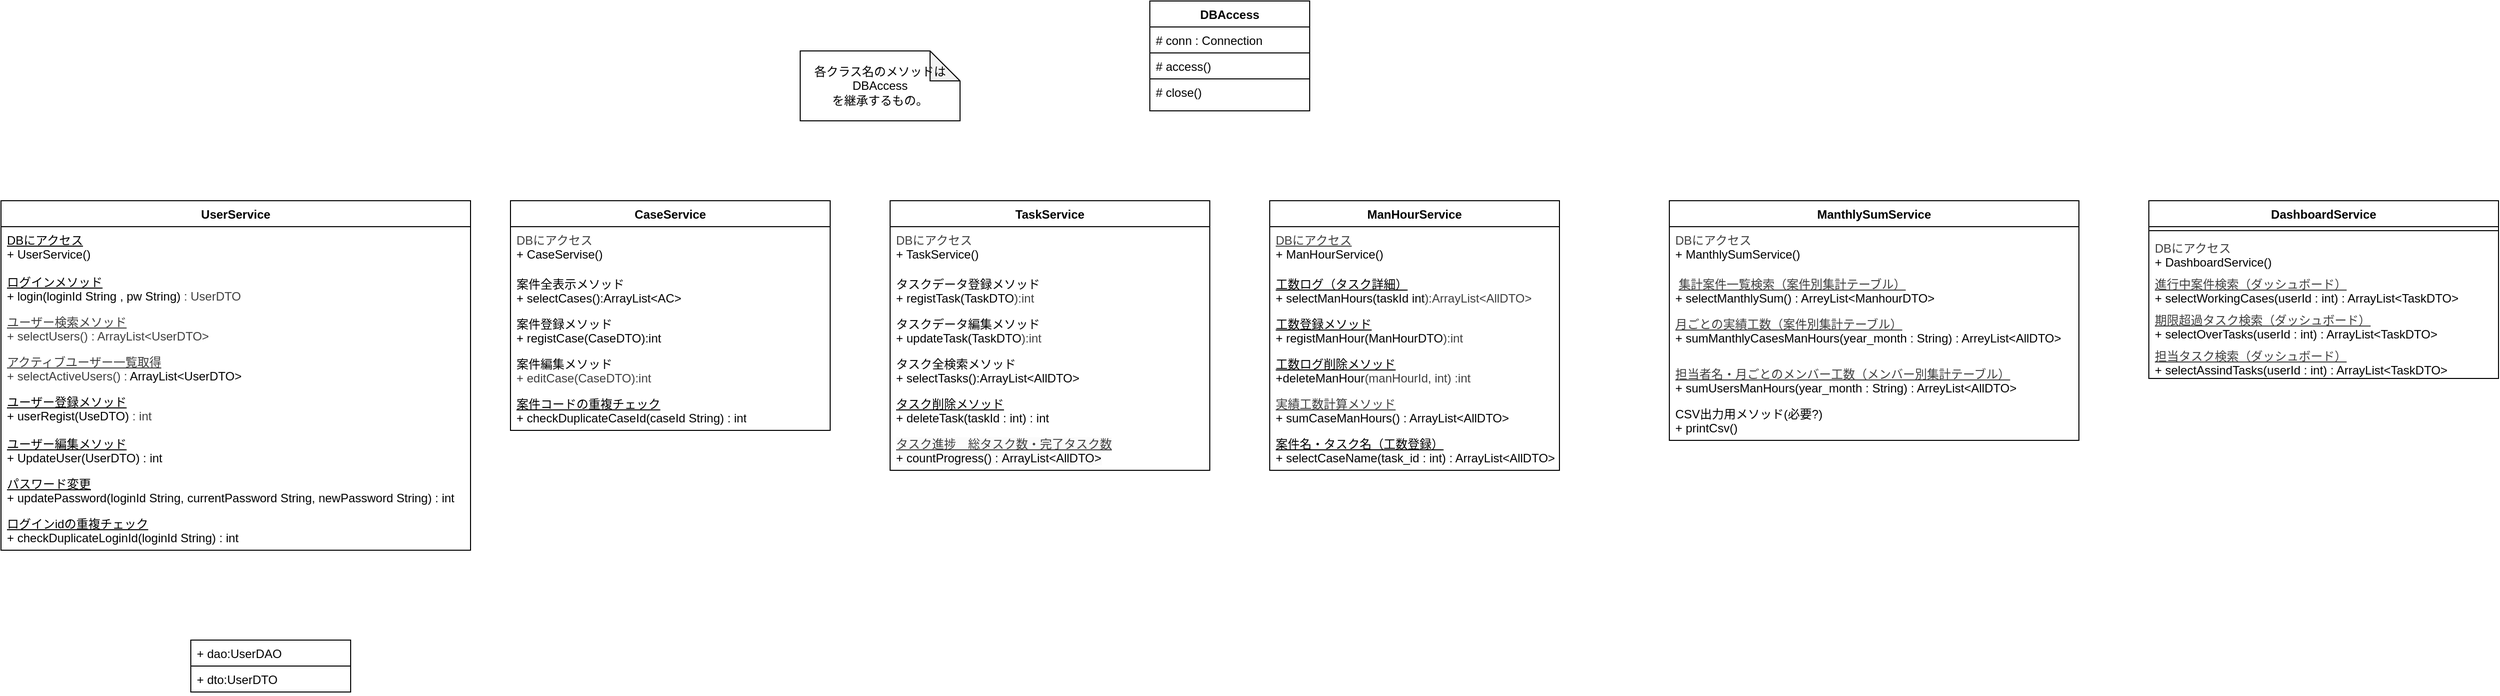
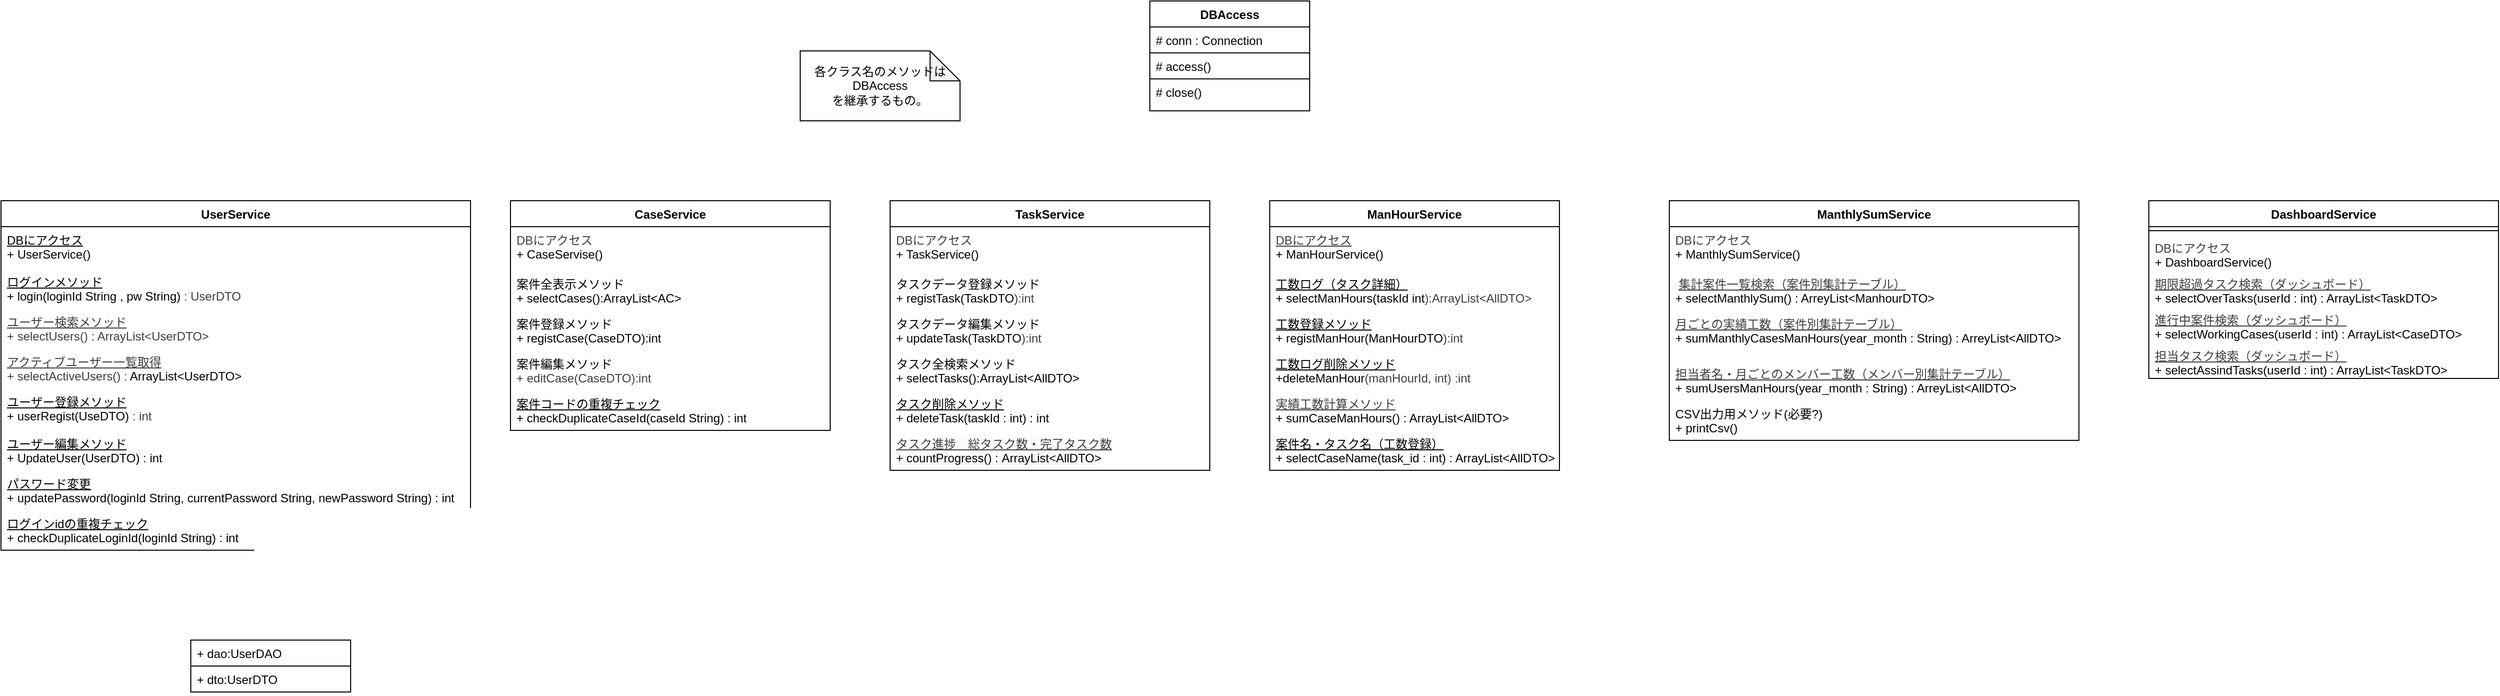
<mxfile host="65bd71144e">
    <diagram id="vtqDsGyhjbo1Ara4jLw-" name="クラス図　Service">
-         <mxGraphModel dx="1569" dy="1657" grid="1" gridSize="10" guides="1" tooltips="1" connect="1" arrows="1" fold="1" page="1" pageScale="1" pageWidth="827" pageHeight="1169" math="0" shadow="0">
+         <mxGraphModel dx="1273" dy="1581" grid="1" gridSize="10" guides="1" tooltips="1" connect="1" arrows="1" fold="1" page="1" pageScale="1" pageWidth="827" pageHeight="1169" math="0" shadow="0">
            <root>
                <mxCell id="0"/>
                <mxCell id="1" parent="0"/>
                <mxCell id="sEulbgWXGhEAaZwcWKiL-1" value="UserService" style="swimlane;fontStyle=1;align=center;verticalAlign=top;childLayout=stackLayout;horizontal=1;startSize=26;horizontalStack=0;resizeParent=1;resizeParentMax=0;resizeLast=0;collapsible=1;marginBottom=0;whiteSpace=wrap;html=1;strokeColor=default;" parent="1" vertex="1">
                    <mxGeometry x="-790" y="-520" width="470" height="350" as="geometry"/>
                </mxCell>
                <mxCell id="sEulbgWXGhEAaZwcWKiL-2" value="&lt;div&gt;&lt;font face=&quot;Helvetica&quot;&gt;&lt;u&gt;DBにアクセス&lt;/u&gt;&lt;/font&gt;&lt;/div&gt;&lt;font face=&quot;Helvetica&quot;&gt;+ UserService()&lt;/font&gt;" style="text;strokeColor=none;fillColor=none;align=left;verticalAlign=top;spacingLeft=4;spacingRight=4;overflow=hidden;rotatable=0;points=[[0,0.5],[1,0.5]];portConstraint=eastwest;whiteSpace=wrap;html=1;" parent="sEulbgWXGhEAaZwcWKiL-1" vertex="1">
                    <mxGeometry y="26" width="470" height="42" as="geometry"/>
                </mxCell>
                <mxCell id="sEulbgWXGhEAaZwcWKiL-4" value="&lt;div&gt;&lt;u&gt;ログインメソッド&lt;/u&gt;&lt;/div&gt;+ login(loginId String , pw String)&amp;nbsp;&lt;span style=&quot;color: rgb(63, 63, 63); background-color: transparent;&quot;&gt;: UserDTO&lt;/span&gt;" style="text;strokeColor=none;fillColor=none;align=left;verticalAlign=top;spacingLeft=4;spacingRight=4;overflow=hidden;rotatable=0;points=[[0,0.5],[1,0.5]];portConstraint=eastwest;whiteSpace=wrap;html=1;" parent="sEulbgWXGhEAaZwcWKiL-1" vertex="1">
                    <mxGeometry y="68" width="470" height="40" as="geometry"/>
                </mxCell>
                <mxCell id="28" value="&lt;u style=&quot;color: rgb(63, 63, 63); scrollbar-color: rgb(226, 226, 226) rgb(251, 251, 251);&quot;&gt;ユーザー検索メソッド&lt;/u&gt;&lt;br style=&quot;color: rgb(63, 63, 63); scrollbar-color: rgb(226, 226, 226) rgb(251, 251, 251);&quot;&gt;&lt;div style=&quot;color: rgb(63, 63, 63); scrollbar-color: rgb(226, 226, 226) rgb(251, 251, 251);&quot;&gt;+ selectUsers() : &lt;span style=&quot;color: rgb(63, 63, 63); scrollbar-color: rgb(226, 226, 226) rgb(251, 251, 251); background-color: transparent;&quot;&gt;ArrayList&amp;lt;UserDTO&amp;gt;&lt;/span&gt;&lt;/div&gt;" style="text;strokeColor=none;fillColor=none;align=left;verticalAlign=top;spacingLeft=4;spacingRight=4;overflow=hidden;rotatable=0;points=[[0,0.5],[1,0.5]];portConstraint=eastwest;whiteSpace=wrap;html=1;" parent="sEulbgWXGhEAaZwcWKiL-1" vertex="1">
                    <mxGeometry y="108" width="470" height="40" as="geometry"/>
                </mxCell>
                <mxCell id="55" value="&lt;u style=&quot;color: rgb(63, 63, 63); scrollbar-color: rgb(226, 226, 226) rgb(251, 251, 251);&quot;&gt;アクティブユーザー一覧取得&lt;/u&gt;&lt;div style=&quot;color: rgb(63, 63, 63); scrollbar-color: rgb(226, 226, 226) rgb(251, 251, 251);&quot;&gt;+ selectActiveUsers() : &lt;span style=&quot;scrollbar-color: rgb(226, 226, 226) rgb(251, 251, 251); background-color: transparent; color: rgb(0, 0, 0);&quot;&gt;ArrayList&amp;lt;UserDTO&amp;gt;&lt;/span&gt;&lt;/div&gt;" style="text;strokeColor=none;fillColor=none;align=left;verticalAlign=top;spacingLeft=4;spacingRight=4;overflow=hidden;rotatable=0;points=[[0,0.5],[1,0.5]];portConstraint=eastwest;whiteSpace=wrap;html=1;" parent="sEulbgWXGhEAaZwcWKiL-1" vertex="1">
                    <mxGeometry y="148" width="470" height="40" as="geometry"/>
                </mxCell>
                <mxCell id="sEulbgWXGhEAaZwcWKiL-3" value="&lt;div&gt;&lt;font face=&quot;Helvetica&quot;&gt;&lt;u&gt;ユーザー登録メソッド&lt;/u&gt;&lt;/font&gt;&lt;/div&gt;&lt;font face=&quot;Helvetica&quot;&gt;+ userRegist(UseDTO)&amp;nbsp;&lt;/font&gt;&lt;span style=&quot;color: rgb(63, 63, 63); background-color: transparent;&quot;&gt;: int&lt;/span&gt;" style="text;strokeColor=none;fillColor=none;align=left;verticalAlign=top;spacingLeft=4;spacingRight=4;overflow=hidden;rotatable=0;points=[[0,0.5],[1,0.5]];portConstraint=eastwest;whiteSpace=wrap;html=1;" parent="sEulbgWXGhEAaZwcWKiL-1" vertex="1">
                    <mxGeometry y="188" width="470" height="42" as="geometry"/>
                </mxCell>
                <mxCell id="sEulbgWXGhEAaZwcWKiL-5" value="&lt;u&gt;ユーザー編集メソッド&lt;/u&gt;&lt;div&gt;+ UpdateUser(UserDTO) : int&lt;/div&gt;" style="text;strokeColor=none;fillColor=none;align=left;verticalAlign=top;spacingLeft=4;spacingRight=4;overflow=hidden;rotatable=0;points=[[0,0.5],[1,0.5]];portConstraint=eastwest;whiteSpace=wrap;html=1;" parent="sEulbgWXGhEAaZwcWKiL-1" vertex="1">
                    <mxGeometry y="230" width="470" height="40" as="geometry"/>
                </mxCell>
                <mxCell id="56" value="&lt;u&gt;パスワード変更&lt;/u&gt;&lt;div&gt;+ updatePassword(loginId String, currentPassword String, newPassword String) : int&lt;/div&gt;" style="text;strokeColor=none;fillColor=none;align=left;verticalAlign=top;spacingLeft=4;spacingRight=4;overflow=hidden;rotatable=0;points=[[0,0.5],[1,0.5]];portConstraint=eastwest;whiteSpace=wrap;html=1;" parent="sEulbgWXGhEAaZwcWKiL-1" vertex="1">
                    <mxGeometry y="270" width="470" height="40" as="geometry"/>
                </mxCell>
                <mxCell id="52" value="&lt;u&gt;ログインidの重複チェック&lt;/u&gt;&lt;div&gt;+ checkDuplicateLoginId(loginId String) : int&lt;/div&gt;" style="text;strokeColor=none;fillColor=none;align=left;verticalAlign=top;spacingLeft=4;spacingRight=4;overflow=hidden;rotatable=0;points=[[0,0.5],[1,0.5]];portConstraint=eastwest;whiteSpace=wrap;html=1;" parent="sEulbgWXGhEAaZwcWKiL-1" vertex="1">
                    <mxGeometry y="310" width="470" height="40" as="geometry"/>
                </mxCell>
                <mxCell id="sEulbgWXGhEAaZwcWKiL-6" value="DBAccess" style="swimlane;fontStyle=1;align=center;verticalAlign=top;childLayout=stackLayout;horizontal=1;startSize=26;horizontalStack=0;resizeParent=1;resizeParentMax=0;resizeLast=0;collapsible=1;marginBottom=0;whiteSpace=wrap;html=1;strokeColor=default;" parent="1" vertex="1">
                    <mxGeometry x="360" y="-720" width="160" height="110" as="geometry"/>
                </mxCell>
                <mxCell id="sEulbgWXGhEAaZwcWKiL-7" value="# conn : Connection" style="text;strokeColor=default;fillColor=none;align=left;verticalAlign=top;spacingLeft=4;spacingRight=4;overflow=hidden;rotatable=0;points=[[0,0.5],[1,0.5]];portConstraint=eastwest;whiteSpace=wrap;html=1;" parent="sEulbgWXGhEAaZwcWKiL-6" vertex="1">
                    <mxGeometry y="26" width="160" height="26" as="geometry"/>
                </mxCell>
                <mxCell id="sEulbgWXGhEAaZwcWKiL-8" value="# access()" style="text;strokeColor=default;fillColor=none;align=left;verticalAlign=top;spacingLeft=4;spacingRight=4;overflow=hidden;rotatable=0;points=[[0,0.5],[1,0.5]];portConstraint=eastwest;whiteSpace=wrap;html=1;" parent="sEulbgWXGhEAaZwcWKiL-6" vertex="1">
                    <mxGeometry y="52" width="160" height="26" as="geometry"/>
                </mxCell>
                <mxCell id="sEulbgWXGhEAaZwcWKiL-9" value="# close()" style="text;strokeColor=default;fillColor=none;align=left;verticalAlign=top;spacingLeft=4;spacingRight=4;overflow=hidden;rotatable=0;points=[[0,0.5],[1,0.5]];portConstraint=eastwest;whiteSpace=wrap;html=1;" parent="sEulbgWXGhEAaZwcWKiL-6" vertex="1">
                    <mxGeometry y="78" width="160" height="32" as="geometry"/>
                </mxCell>
                <mxCell id="sEulbgWXGhEAaZwcWKiL-10" value="CaseService" style="swimlane;fontStyle=1;align=center;verticalAlign=top;childLayout=stackLayout;horizontal=1;startSize=26;horizontalStack=0;resizeParent=1;resizeParentMax=0;resizeLast=0;collapsible=1;marginBottom=0;whiteSpace=wrap;html=1;" parent="1" vertex="1">
                    <mxGeometry x="-280" y="-520" width="320" height="230" as="geometry"/>
                </mxCell>
                <mxCell id="sEulbgWXGhEAaZwcWKiL-11" value="&lt;div&gt;&lt;span style=&quot;color: rgb(63, 63, 63);&quot;&gt;DBにアクセス&lt;/span&gt;&lt;/div&gt;+ CaseServise()" style="text;strokeColor=none;fillColor=none;align=left;verticalAlign=top;spacingLeft=4;spacingRight=4;overflow=hidden;rotatable=0;points=[[0,0.5],[1,0.5]];portConstraint=eastwest;whiteSpace=wrap;html=1;" parent="sEulbgWXGhEAaZwcWKiL-10" vertex="1">
                    <mxGeometry y="26" width="320" height="44" as="geometry"/>
                </mxCell>
                <mxCell id="sEulbgWXGhEAaZwcWKiL-14" value="案件全表示メソッド&lt;div&gt;&lt;div&gt;&lt;font color=&quot;#000000&quot;&gt;+ selectCases(&lt;/font&gt;&lt;span style=&quot;background-color: transparent;&quot;&gt;):ArrayList&amp;lt;AC&amp;gt;&lt;/span&gt;&lt;/div&gt;&lt;/div&gt;" style="text;strokeColor=none;fillColor=none;align=left;verticalAlign=top;spacingLeft=4;spacingRight=4;overflow=hidden;rotatable=0;points=[[0,0.5],[1,0.5]];portConstraint=eastwest;whiteSpace=wrap;html=1;" parent="sEulbgWXGhEAaZwcWKiL-10" vertex="1">
                    <mxGeometry y="70" width="320" height="40" as="geometry"/>
                </mxCell>
                <mxCell id="sEulbgWXGhEAaZwcWKiL-12" value="案件登録メソッド&lt;div&gt;&lt;font color=&quot;#000000&quot;&gt;+ registCase(CaseDTO):int&lt;/font&gt;&lt;/div&gt;" style="text;strokeColor=none;fillColor=none;align=left;verticalAlign=top;spacingLeft=4;spacingRight=4;overflow=hidden;rotatable=0;points=[[0,0.5],[1,0.5]];portConstraint=eastwest;whiteSpace=wrap;html=1;" parent="sEulbgWXGhEAaZwcWKiL-10" vertex="1">
                    <mxGeometry y="110" width="320" height="40" as="geometry"/>
                </mxCell>
                <mxCell id="41" value="&lt;span style=&quot;color: rgb(0, 0, 0);&quot;&gt;案件編集メソッド&lt;/span&gt;&lt;div style=&quot;color: rgb(63, 63, 63); scrollbar-color: rgb(226, 226, 226) rgb(251, 251, 251);&quot;&gt;&lt;font style=&quot;scrollbar-color: rgb(226, 226, 226) rgb(251, 251, 251);&quot;&gt;+ editCase(CaseDTO&lt;/font&gt;&lt;span style=&quot;color: rgb(63, 63, 63); scrollbar-color: rgb(226, 226, 226) rgb(251, 251, 251); background-color: transparent;&quot;&gt;):int&lt;/span&gt;&lt;/div&gt;" style="text;strokeColor=none;fillColor=none;align=left;verticalAlign=top;spacingLeft=4;spacingRight=4;overflow=hidden;rotatable=0;points=[[0,0.5],[1,0.5]];portConstraint=eastwest;whiteSpace=wrap;html=1;" parent="sEulbgWXGhEAaZwcWKiL-10" vertex="1">
                    <mxGeometry y="150" width="320" height="40" as="geometry"/>
                </mxCell>
                <mxCell id="53" value="&lt;u&gt;案件コードの重複チェック&lt;/u&gt;&lt;div&gt;+ checkDuplicateCaseId(caseId String) : int&lt;/div&gt;" style="text;strokeColor=none;fillColor=none;align=left;verticalAlign=top;spacingLeft=4;spacingRight=4;overflow=hidden;rotatable=0;points=[[0,0.5],[1,0.5]];portConstraint=eastwest;whiteSpace=wrap;html=1;" parent="sEulbgWXGhEAaZwcWKiL-10" vertex="1">
                    <mxGeometry y="190" width="320" height="40" as="geometry"/>
                </mxCell>
                <mxCell id="sEulbgWXGhEAaZwcWKiL-26" value="ManHourService" style="swimlane;fontStyle=1;align=center;verticalAlign=top;childLayout=stackLayout;horizontal=1;startSize=26;horizontalStack=0;resizeParent=1;resizeParentMax=0;resizeLast=0;collapsible=1;marginBottom=0;whiteSpace=wrap;html=1;" parent="1" vertex="1">
                    <mxGeometry x="480" y="-520" width="290" height="270" as="geometry"/>
                </mxCell>
                <mxCell id="sEulbgWXGhEAaZwcWKiL-27" value="&lt;div&gt;&lt;span style=&quot;color: rgb(63, 63, 63);&quot;&gt;&lt;u&gt;DBにアクセス&lt;/u&gt;&lt;/span&gt;&lt;/div&gt;+ ManHourService()" style="text;strokeColor=none;fillColor=none;align=left;verticalAlign=top;spacingLeft=4;spacingRight=4;overflow=hidden;rotatable=0;points=[[0,0.5],[1,0.5]];portConstraint=eastwest;whiteSpace=wrap;html=1;" parent="sEulbgWXGhEAaZwcWKiL-26" vertex="1">
                    <mxGeometry y="26" width="290" height="44" as="geometry"/>
                </mxCell>
                <mxCell id="sEulbgWXGhEAaZwcWKiL-28" value="&lt;span style=&quot;color: rgb(0, 0, 0);&quot;&gt;&lt;u&gt;工数ログ（タスク詳細）&lt;/u&gt;&lt;/span&gt;&lt;div&gt;&lt;font color=&quot;#000000&quot;&gt;+ selectManHours(taskId int&lt;/font&gt;&lt;span style=&quot;background-color: transparent; color: rgb(63, 63, 63);&quot;&gt;):ArrayList&amp;lt;AllDTO&amp;gt;&lt;/span&gt;&lt;/div&gt;" style="text;strokeColor=none;fillColor=none;align=left;verticalAlign=top;spacingLeft=4;spacingRight=4;overflow=hidden;rotatable=0;points=[[0,0.5],[1,0.5]];portConstraint=eastwest;whiteSpace=wrap;html=1;" parent="sEulbgWXGhEAaZwcWKiL-26" vertex="1">
                    <mxGeometry y="70" width="290" height="40" as="geometry"/>
                </mxCell>
                <mxCell id="sEulbgWXGhEAaZwcWKiL-29" value="&lt;u&gt;工数登録メソッド&lt;/u&gt;&lt;div&gt;+ registManHour(ManHourDTO&lt;span style=&quot;color: rgb(63, 63, 63); background-color: transparent;&quot;&gt;):int&lt;/span&gt;&lt;/div&gt;" style="text;strokeColor=none;fillColor=none;align=left;verticalAlign=top;spacingLeft=4;spacingRight=4;overflow=hidden;rotatable=0;points=[[0,0.5],[1,0.5]];portConstraint=eastwest;whiteSpace=wrap;html=1;" parent="sEulbgWXGhEAaZwcWKiL-26" vertex="1">
                    <mxGeometry y="110" width="290" height="40" as="geometry"/>
                </mxCell>
                <mxCell id="sEulbgWXGhEAaZwcWKiL-30" value="&lt;u&gt;工数ログ削除メソッド&lt;/u&gt;&lt;div&gt;+deleteManHour&lt;span style=&quot;background-color: transparent; color: rgb(63, 63, 63);&quot;&gt;(manHourId, int) :int&lt;/span&gt;&lt;/div&gt;" style="text;strokeColor=none;fillColor=none;align=left;verticalAlign=top;spacingLeft=4;spacingRight=4;overflow=hidden;rotatable=0;points=[[0,0.5],[1,0.5]];portConstraint=eastwest;whiteSpace=wrap;html=1;" parent="sEulbgWXGhEAaZwcWKiL-26" vertex="1">
                    <mxGeometry y="150" width="290" height="40" as="geometry"/>
                </mxCell>
                <mxCell id="25" value="&lt;div style=&quot;scrollbar-color: rgb(226, 226, 226) rgb(251, 251, 251); color: rgb(63, 63, 63);&quot;&gt;&lt;u style=&quot;scrollbar-color: rgb(226, 226, 226) rgb(251, 251, 251); color: rgb(63, 63, 63);&quot;&gt;実績工数計算メソッド&lt;/u&gt;&lt;/div&gt;&lt;span style=&quot;scrollbar-color: rgb(226, 226, 226) rgb(251, 251, 251); color: rgb(0, 0, 0);&quot;&gt;+ sumCaseManHours() : &lt;/span&gt;&lt;span style=&quot;scrollbar-color: rgb(226, 226, 226) rgb(251, 251, 251); color: rgb(0, 0, 0);&quot;&gt;ArrayList&amp;lt;AllDTO&amp;gt;&lt;/span&gt;" style="text;strokeColor=none;fillColor=none;align=left;verticalAlign=top;spacingLeft=4;spacingRight=4;overflow=hidden;rotatable=0;points=[[0,0.5],[1,0.5]];portConstraint=eastwest;whiteSpace=wrap;html=1;" parent="sEulbgWXGhEAaZwcWKiL-26" vertex="1">
                    <mxGeometry y="190" width="290" height="40" as="geometry"/>
                </mxCell>
                <mxCell id="27" value="&lt;u&gt;案件名・タスク名（工数登録）&lt;/u&gt;&lt;div&gt;+ selectCaseName(task_id : int) : ArrayList&amp;lt;AllDTO&amp;gt;&lt;/div&gt;" style="text;strokeColor=none;fillColor=none;align=left;verticalAlign=top;spacingLeft=4;spacingRight=4;overflow=hidden;rotatable=0;points=[[0,0.5],[1,0.5]];portConstraint=eastwest;whiteSpace=wrap;html=1;" parent="sEulbgWXGhEAaZwcWKiL-26" vertex="1">
                    <mxGeometry y="230" width="290" height="40" as="geometry"/>
                </mxCell>
                <mxCell id="sEulbgWXGhEAaZwcWKiL-31" value="ManthlySumService" style="swimlane;fontStyle=1;align=center;verticalAlign=top;childLayout=stackLayout;horizontal=1;startSize=26;horizontalStack=0;resizeParent=1;resizeParentMax=0;resizeLast=0;collapsible=1;marginBottom=0;whiteSpace=wrap;html=1;" parent="1" vertex="1">
                    <mxGeometry x="880" y="-520" width="410" height="240" as="geometry"/>
                </mxCell>
                <mxCell id="sEulbgWXGhEAaZwcWKiL-32" value="&lt;div&gt;&lt;span style=&quot;color: rgb(63, 63, 63);&quot;&gt;DBにアクセス&lt;/span&gt;&lt;/div&gt;+ ManthlySumService()" style="text;strokeColor=none;fillColor=none;align=left;verticalAlign=top;spacingLeft=4;spacingRight=4;overflow=hidden;rotatable=0;points=[[0,0.5],[1,0.5]];portConstraint=eastwest;whiteSpace=wrap;html=1;" parent="sEulbgWXGhEAaZwcWKiL-31" vertex="1">
                    <mxGeometry y="26" width="410" height="44" as="geometry"/>
                </mxCell>
                <mxCell id="sEulbgWXGhEAaZwcWKiL-33" value="&amp;nbsp;&lt;u style=&quot;color: rgb(63, 63, 63); scrollbar-color: rgb(226, 226, 226) rgb(251, 251, 251);&quot;&gt;集計案件一覧検索（案件別集計テーブル）&lt;/u&gt;&lt;div&gt;+&amp;nbsp;&lt;span style=&quot;color: rgb(0, 0, 0); background-color: transparent;&quot;&gt;selectManthlySum() : ArreyList&amp;lt;ManhourDTO&amp;gt;&lt;/span&gt;&lt;/div&gt;" style="text;strokeColor=none;fillColor=none;align=left;verticalAlign=top;spacingLeft=4;spacingRight=4;overflow=hidden;rotatable=0;points=[[0,0.5],[1,0.5]];portConstraint=eastwest;whiteSpace=wrap;html=1;" parent="sEulbgWXGhEAaZwcWKiL-31" vertex="1">
                    <mxGeometry y="70" width="410" height="40" as="geometry"/>
                </mxCell>
                <mxCell id="sEulbgWXGhEAaZwcWKiL-34" value="&lt;div style=&quot;color: rgb(63, 63, 63); scrollbar-color: rgb(226, 226, 226) rgb(251, 251, 251);&quot;&gt;&lt;span style=&quot;scrollbar-color: rgb(226, 226, 226) rgb(251, 251, 251); color: rgb(0, 0, 0);&quot;&gt;&lt;u style=&quot;color: rgb(63, 63, 63); scrollbar-color: rgb(226, 226, 226) rgb(251, 251, 251);&quot;&gt;月ごとの実績工数（案件別集計テーブル）&lt;/u&gt;&lt;/span&gt;&lt;/div&gt;&lt;span style=&quot;scrollbar-color: rgb(226, 226, 226) rgb(251, 251, 251); color: rgb(0, 0, 0);&quot;&gt;+ sumManthlyCasesManHours&lt;span style=&quot;scrollbar-color: rgb(226, 226, 226) rgb(251, 251, 251); color: rgb(0, 0, 0);&quot;&gt;(year_month : String)&lt;/span&gt; : ArreyList&amp;lt;AllDTO&amp;gt;&lt;/span&gt;" style="text;strokeColor=none;fillColor=none;align=left;verticalAlign=top;spacingLeft=4;spacingRight=4;overflow=hidden;rotatable=0;points=[[0,0.5],[1,0.5]];portConstraint=eastwest;whiteSpace=wrap;html=1;" parent="sEulbgWXGhEAaZwcWKiL-31" vertex="1">
                    <mxGeometry y="110" width="410" height="50" as="geometry"/>
                </mxCell>
                <mxCell id="50" value="&lt;div style=&quot;color: rgb(63, 63, 63); scrollbar-color: rgb(226, 226, 226) rgb(251, 251, 251);&quot;&gt;&lt;u style=&quot;color: rgb(63, 63, 63); scrollbar-color: rgb(226, 226, 226) rgb(251, 251, 251);&quot;&gt;担当者名・月ごとのメンバー工数（メンバー別集計テーブル）&lt;/u&gt;&lt;/div&gt;&lt;span style=&quot;color: rgb(0, 0, 0);&quot;&gt;+ sumUsersManHours&lt;/span&gt;&lt;span style=&quot;scrollbar-color: rgb(226, 226, 226) rgb(251, 251, 251); color: rgb(0, 0, 0);&quot;&gt;(year_month : String)&lt;/span&gt;&lt;span style=&quot;color: rgb(0, 0, 0);&quot;&gt; : &lt;/span&gt;&lt;span style=&quot;scrollbar-color: rgb(226, 226, 226) rgb(251, 251, 251); color: rgb(0, 0, 0);&quot;&gt;ArreyList&amp;lt;AllDTO&amp;gt;&lt;/span&gt;" style="text;strokeColor=none;fillColor=none;align=left;verticalAlign=top;spacingLeft=4;spacingRight=4;overflow=hidden;rotatable=0;points=[[0,0.5],[1,0.5]];portConstraint=eastwest;whiteSpace=wrap;html=1;" parent="sEulbgWXGhEAaZwcWKiL-31" vertex="1">
                    <mxGeometry y="160" width="410" height="40" as="geometry"/>
                </mxCell>
                <mxCell id="sEulbgWXGhEAaZwcWKiL-35" value="CSV出力用メソッド(必要?)&lt;div&gt;+ printCsv()&lt;/div&gt;" style="text;strokeColor=none;fillColor=none;align=left;verticalAlign=top;spacingLeft=4;spacingRight=4;overflow=hidden;rotatable=0;points=[[0,0.5],[1,0.5]];portConstraint=eastwest;whiteSpace=wrap;html=1;" parent="sEulbgWXGhEAaZwcWKiL-31" vertex="1">
                    <mxGeometry y="200" width="410" height="40" as="geometry"/>
                </mxCell>
                <mxCell id="sEulbgWXGhEAaZwcWKiL-36" value="各クラス名のメソッドは&lt;br&gt;DBAccess&lt;div&gt;を継承するもの。&lt;/div&gt;" style="shape=note;whiteSpace=wrap;html=1;backgroundOutline=1;darkOpacity=0.05;" parent="1" vertex="1">
                    <mxGeometry x="10" y="-670" width="160" height="70" as="geometry"/>
                </mxCell>
                <mxCell id="sEulbgWXGhEAaZwcWKiL-38" value="+ dto:UserDTO" style="text;strokeColor=default;fillColor=none;align=left;verticalAlign=top;spacingLeft=4;spacingRight=4;overflow=hidden;rotatable=0;points=[[0,0.5],[1,0.5]];portConstraint=eastwest;whiteSpace=wrap;html=1;" parent="1" vertex="1">
                    <mxGeometry x="-600" y="-54" width="160" height="26" as="geometry"/>
                </mxCell>
                <mxCell id="sEulbgWXGhEAaZwcWKiL-39" value="+ dao:UserDAO" style="text;strokeColor=default;fillColor=none;align=left;verticalAlign=top;spacingLeft=4;spacingRight=4;overflow=hidden;rotatable=0;points=[[0,0.5],[1,0.5]];portConstraint=eastwest;whiteSpace=wrap;html=1;" parent="1" vertex="1">
                    <mxGeometry x="-600" y="-80" width="160" height="26" as="geometry"/>
                </mxCell>
                <mxCell id="29" value="TaskService" style="swimlane;fontStyle=1;align=center;verticalAlign=top;childLayout=stackLayout;horizontal=1;startSize=26;horizontalStack=0;resizeParent=1;resizeParentMax=0;resizeLast=0;collapsible=1;marginBottom=0;whiteSpace=wrap;html=1;" parent="1" vertex="1">
                    <mxGeometry x="100" y="-520" width="320" height="270" as="geometry"/>
                </mxCell>
                <mxCell id="30" value="&lt;div&gt;&lt;span style=&quot;color: rgb(63, 63, 63);&quot;&gt;DBにアクセス&lt;/span&gt;&lt;/div&gt;+ TaskService()" style="text;strokeColor=none;fillColor=none;align=left;verticalAlign=top;spacingLeft=4;spacingRight=4;overflow=hidden;rotatable=0;points=[[0,0.5],[1,0.5]];portConstraint=eastwest;whiteSpace=wrap;html=1;" parent="29" vertex="1">
                    <mxGeometry y="26" width="320" height="44" as="geometry"/>
                </mxCell>
                <mxCell id="31" value="タスクデータ登録メソッド&lt;div&gt;+ registTask(TaskDTO&lt;span style=&quot;color: rgb(63, 63, 63); background-color: transparent;&quot;&gt;):int&lt;/span&gt;&lt;/div&gt;" style="text;strokeColor=none;fillColor=none;align=left;verticalAlign=top;spacingLeft=4;spacingRight=4;overflow=hidden;rotatable=0;points=[[0,0.5],[1,0.5]];portConstraint=eastwest;whiteSpace=wrap;html=1;" parent="29" vertex="1">
                    <mxGeometry y="70" width="320" height="40" as="geometry"/>
                </mxCell>
                <mxCell id="32" value="タスクデータ編集メソッド&lt;div&gt;+ updateTask(TaskDTO&lt;span style=&quot;color: rgb(63, 63, 63); background-color: transparent;&quot;&gt;):int&lt;/span&gt;&lt;/div&gt;" style="text;strokeColor=none;fillColor=none;align=left;verticalAlign=top;spacingLeft=4;spacingRight=4;overflow=hidden;rotatable=0;points=[[0,0.5],[1,0.5]];portConstraint=eastwest;whiteSpace=wrap;html=1;" parent="29" vertex="1">
                    <mxGeometry y="110" width="320" height="40" as="geometry"/>
                </mxCell>
                <mxCell id="33" value="タスク全検索メソッド&lt;div&gt;&lt;font color=&quot;#000000&quot;&gt;+ selectTasks():ArrayList&amp;lt;AllDTO&amp;gt;&lt;/font&gt;&lt;/div&gt;" style="text;strokeColor=none;fillColor=none;align=left;verticalAlign=top;spacingLeft=4;spacingRight=4;overflow=hidden;rotatable=0;points=[[0,0.5],[1,0.5]];portConstraint=eastwest;whiteSpace=wrap;html=1;" parent="29" vertex="1">
                    <mxGeometry y="150" width="320" height="40" as="geometry"/>
                </mxCell>
                <mxCell id="51" value="&lt;u&gt;タスク削除メソッド&lt;/u&gt;&lt;div&gt;&lt;font style=&quot;color: rgb(0, 0, 0);&quot;&gt;+ deleteTask(taskId : int) : int&lt;/font&gt;&lt;/div&gt;" style="text;strokeColor=none;fillColor=none;align=left;verticalAlign=top;spacingLeft=4;spacingRight=4;overflow=hidden;rotatable=0;points=[[0,0.5],[1,0.5]];portConstraint=eastwest;whiteSpace=wrap;html=1;" parent="29" vertex="1">
                    <mxGeometry y="190" width="320" height="40" as="geometry"/>
                </mxCell>
                <mxCell id="47" value="&lt;div style=&quot;forced-color-adjust: none; color: rgb(63, 63, 63); scrollbar-color: rgb(226, 226, 226) rgb(251, 251, 251); font-family: Helvetica; font-size: 12px; font-style: normal; font-variant-ligatures: normal; font-variant-caps: normal; font-weight: 400; letter-spacing: normal; orphans: 2; text-align: left; text-indent: 0px; text-transform: none; widows: 2; word-spacing: 0px; -webkit-text-stroke-width: 0px; white-space: normal; background-color: rgb(251, 251, 251); text-decoration-thickness: initial; text-decoration-style: initial; text-decoration-color: initial;&quot;&gt;&lt;u style=&quot;forced-color-adjust: none; color: rgb(63, 63, 63); scrollbar-color: rgb(226, 226, 226) rgb(251, 251, 251);&quot;&gt;タスク進捗　総タスク数・完了タスク数&lt;/u&gt;&lt;/div&gt;&lt;span style=&quot;color: rgb(0, 0, 0); font-family: Helvetica; font-size: 12px; font-style: normal; font-variant-ligatures: normal; font-variant-caps: normal; font-weight: 400; letter-spacing: normal; orphans: 2; text-align: left; text-indent: 0px; text-transform: none; widows: 2; word-spacing: 0px; -webkit-text-stroke-width: 0px; white-space: normal; background-color: rgb(251, 251, 251); text-decoration-thickness: initial; text-decoration-style: initial; text-decoration-color: initial; float: none; display: inline !important;&quot;&gt;+ countProgress() :&amp;nbsp;&lt;/span&gt;&lt;span style=&quot;forced-color-adjust: none; color: light-dark(rgb(0, 0, 0), rgb(237, 237, 237)); scrollbar-color: rgb(226, 226, 226) rgb(251, 251, 251); font-family: Helvetica; font-size: 12px; font-style: normal; font-variant-ligatures: normal; font-variant-caps: normal; font-weight: 400; letter-spacing: normal; orphans: 2; text-align: left; text-indent: 0px; text-transform: none; widows: 2; word-spacing: 0px; -webkit-text-stroke-width: 0px; white-space: normal; background-color: rgb(251, 251, 251); text-decoration-thickness: initial; text-decoration-style: initial; text-decoration-color: initial;&quot;&gt;ArrayList&amp;lt;AllDTO&amp;gt;&lt;/span&gt;&lt;div&gt;&lt;br/&gt;&lt;/div&gt;" style="text;strokeColor=none;fillColor=none;align=left;verticalAlign=top;spacingLeft=4;spacingRight=4;overflow=hidden;rotatable=0;points=[[0,0.5],[1,0.5]];portConstraint=eastwest;whiteSpace=wrap;html=1;" parent="29" vertex="1">
                    <mxGeometry y="230" width="320" height="40" as="geometry"/>
                </mxCell>
                <mxCell id="57" value="DashboardService" style="swimlane;fontStyle=1;align=center;verticalAlign=top;childLayout=stackLayout;horizontal=1;startSize=26;horizontalStack=0;resizeParent=1;resizeParentMax=0;resizeLast=0;collapsible=1;marginBottom=0;whiteSpace=wrap;html=1;" vertex="1" parent="1">
                    <mxGeometry x="1360" y="-520" width="350" height="178" as="geometry"/>
                </mxCell>
                <mxCell id="59" value="" style="line;strokeWidth=1;fillColor=none;align=left;verticalAlign=middle;spacingTop=-1;spacingLeft=3;spacingRight=3;rotatable=0;labelPosition=right;points=[];portConstraint=eastwest;strokeColor=inherit;" vertex="1" parent="57">
                    <mxGeometry y="26" width="350" height="8" as="geometry"/>
                </mxCell>
                <mxCell id="60" value="&lt;div style=&quot;color: rgb(63, 63, 63); scrollbar-color: rgb(226, 226, 226) rgb(251, 251, 251);&quot;&gt;&lt;span style=&quot;scrollbar-color: rgb(226, 226, 226) rgb(251, 251, 251); color: rgb(63, 63, 63);&quot;&gt;DBにアクセス&lt;/span&gt;&lt;/div&gt;&lt;span style=&quot;color: rgb(0, 0, 0);&quot;&gt;+ DashboardService()&lt;/span&gt;" style="text;strokeColor=none;fillColor=none;align=left;verticalAlign=top;spacingLeft=4;spacingRight=4;overflow=hidden;rotatable=0;points=[[0,0.5],[1,0.5]];portConstraint=eastwest;whiteSpace=wrap;html=1;" vertex="1" parent="57">
                    <mxGeometry y="34" width="350" height="36" as="geometry"/>
                </mxCell>
-                 <mxCell id="62" value="&lt;div style=&quot;scrollbar-color: rgb(226, 226, 226) rgb(251, 251, 251); color: rgb(63, 63, 63);&quot;&gt;&lt;font style=&quot;scrollbar-color: rgb(226, 226, 226) rgb(251, 251, 251); color: rgb(63, 63, 63);&quot;&gt;&lt;u style=&quot;scrollbar-color: rgb(226, 226, 226) rgb(251, 251, 251); color: rgb(63, 63, 63);&quot;&gt;進行中案件検索（ダッシュボード）&lt;/u&gt;&lt;/font&gt;&lt;/div&gt;&lt;span style=&quot;scrollbar-color: rgb(226, 226, 226) rgb(251, 251, 251); color: rgb(0, 0, 0);&quot;&gt;+ selectWorkingCases(&lt;span style=&quot;scrollbar-color: rgb(226, 226, 226) rgb(251, 251, 251); color: rgb(0, 0, 0);&quot;&gt;userId : int&lt;/span&gt;) : ArrayList&amp;lt;TaskDTO&amp;gt;&lt;/span&gt;" style="text;strokeColor=none;fillColor=none;align=left;verticalAlign=top;spacingLeft=4;spacingRight=4;overflow=hidden;rotatable=0;points=[[0,0.5],[1,0.5]];portConstraint=eastwest;whiteSpace=wrap;html=1;" vertex="1" parent="57">
+                 <mxCell id="61" value="&lt;div style=&quot;scrollbar-color: rgb(226, 226, 226) rgb(251, 251, 251); color: rgb(63, 63, 63);&quot;&gt;&lt;font style=&quot;scrollbar-color: rgb(226, 226, 226) rgb(251, 251, 251); color: rgb(63, 63, 63);&quot;&gt;&lt;u style=&quot;scrollbar-color: rgb(226, 226, 226) rgb(251, 251, 251); color: rgb(63, 63, 63);&quot;&gt;期限超過タスク検索（ダッシュボード）&lt;/u&gt;&lt;/font&gt;&lt;/div&gt;&lt;span style=&quot;scrollbar-color: rgb(226, 226, 226) rgb(251, 251, 251); color: rgb(0, 0, 0);&quot;&gt;+ selectOverTasks(&lt;span style=&quot;scrollbar-color: rgb(226, 226, 226) rgb(251, 251, 251); color: rgb(0, 0, 0);&quot;&gt;userId : int&lt;/span&gt;) : ArrayList&amp;lt;TaskDTO&amp;gt;&lt;/span&gt;" style="text;strokeColor=none;fillColor=none;align=left;verticalAlign=top;spacingLeft=4;spacingRight=4;overflow=hidden;rotatable=0;points=[[0,0.5],[1,0.5]];portConstraint=eastwest;whiteSpace=wrap;html=1;" vertex="1" parent="57">
                    <mxGeometry y="70" width="350" height="36" as="geometry"/>
                </mxCell>
-                 <mxCell id="61" value="&lt;div style=&quot;scrollbar-color: rgb(226, 226, 226) rgb(251, 251, 251); color: rgb(63, 63, 63);&quot;&gt;&lt;font style=&quot;scrollbar-color: rgb(226, 226, 226) rgb(251, 251, 251); color: rgb(63, 63, 63);&quot;&gt;&lt;u style=&quot;scrollbar-color: rgb(226, 226, 226) rgb(251, 251, 251); color: rgb(63, 63, 63);&quot;&gt;期限超過タスク検索（ダッシュボード）&lt;/u&gt;&lt;/font&gt;&lt;/div&gt;&lt;span style=&quot;scrollbar-color: rgb(226, 226, 226) rgb(251, 251, 251); color: rgb(0, 0, 0);&quot;&gt;+ selectOverTasks(&lt;span style=&quot;scrollbar-color: rgb(226, 226, 226) rgb(251, 251, 251); color: rgb(0, 0, 0);&quot;&gt;userId : int&lt;/span&gt;) : ArrayList&amp;lt;TaskDTO&amp;gt;&lt;/span&gt;" style="text;strokeColor=none;fillColor=none;align=left;verticalAlign=top;spacingLeft=4;spacingRight=4;overflow=hidden;rotatable=0;points=[[0,0.5],[1,0.5]];portConstraint=eastwest;whiteSpace=wrap;html=1;" vertex="1" parent="57">
+                 <mxCell id="62" value="&lt;div style=&quot;scrollbar-color: rgb(226, 226, 226) rgb(251, 251, 251); color: rgb(63, 63, 63);&quot;&gt;&lt;font style=&quot;scrollbar-color: rgb(226, 226, 226) rgb(251, 251, 251); color: rgb(63, 63, 63);&quot;&gt;&lt;u style=&quot;scrollbar-color: rgb(226, 226, 226) rgb(251, 251, 251); color: rgb(63, 63, 63);&quot;&gt;進行中案件検索（ダッシュボード）&lt;/u&gt;&lt;/font&gt;&lt;/div&gt;&lt;span style=&quot;scrollbar-color: rgb(226, 226, 226) rgb(251, 251, 251); color: rgb(0, 0, 0);&quot;&gt;+ selectWorkingCases(&lt;span style=&quot;scrollbar-color: rgb(226, 226, 226) rgb(251, 251, 251); color: rgb(0, 0, 0);&quot;&gt;userId : int&lt;/span&gt;) : ArrayList&amp;lt;CaseDTO&amp;gt;&lt;/span&gt;" style="text;strokeColor=none;fillColor=none;align=left;verticalAlign=top;spacingLeft=4;spacingRight=4;overflow=hidden;rotatable=0;points=[[0,0.5],[1,0.5]];portConstraint=eastwest;whiteSpace=wrap;html=1;" vertex="1" parent="57">
                    <mxGeometry y="106" width="350" height="36" as="geometry"/>
                </mxCell>
                <mxCell id="63" value="&lt;div style=&quot;scrollbar-color: rgb(226, 226, 226) rgb(251, 251, 251); color: rgb(63, 63, 63);&quot;&gt;&lt;span style=&quot;scrollbar-color: rgb(226, 226, 226) rgb(251, 251, 251); color: rgb(0, 0, 0);&quot;&gt;&lt;u style=&quot;scrollbar-color: rgb(226, 226, 226) rgb(251, 251, 251); color: rgb(63, 63, 63);&quot;&gt;担当タスク検索（ダッシュボード）&lt;/u&gt;&lt;/span&gt;&lt;/div&gt;&lt;span style=&quot;scrollbar-color: rgb(226, 226, 226) rgb(251, 251, 251); color: rgb(0, 0, 0);&quot;&gt;+ selectAssindTasks(&lt;span style=&quot;scrollbar-color: rgb(226, 226, 226) rgb(251, 251, 251); color: rgb(0, 0, 0);&quot;&gt;userId : int&lt;/span&gt;) : ArrayList&amp;lt;TaskDTO&amp;gt;&lt;/span&gt;" style="text;strokeColor=none;fillColor=none;align=left;verticalAlign=top;spacingLeft=4;spacingRight=4;overflow=hidden;rotatable=0;points=[[0,0.5],[1,0.5]];portConstraint=eastwest;whiteSpace=wrap;html=1;" vertex="1" parent="57">
                    <mxGeometry y="142" width="350" height="36" as="geometry"/>
                </mxCell>
            </root>
        </mxGraphModel>
    </diagram>
</mxfile>